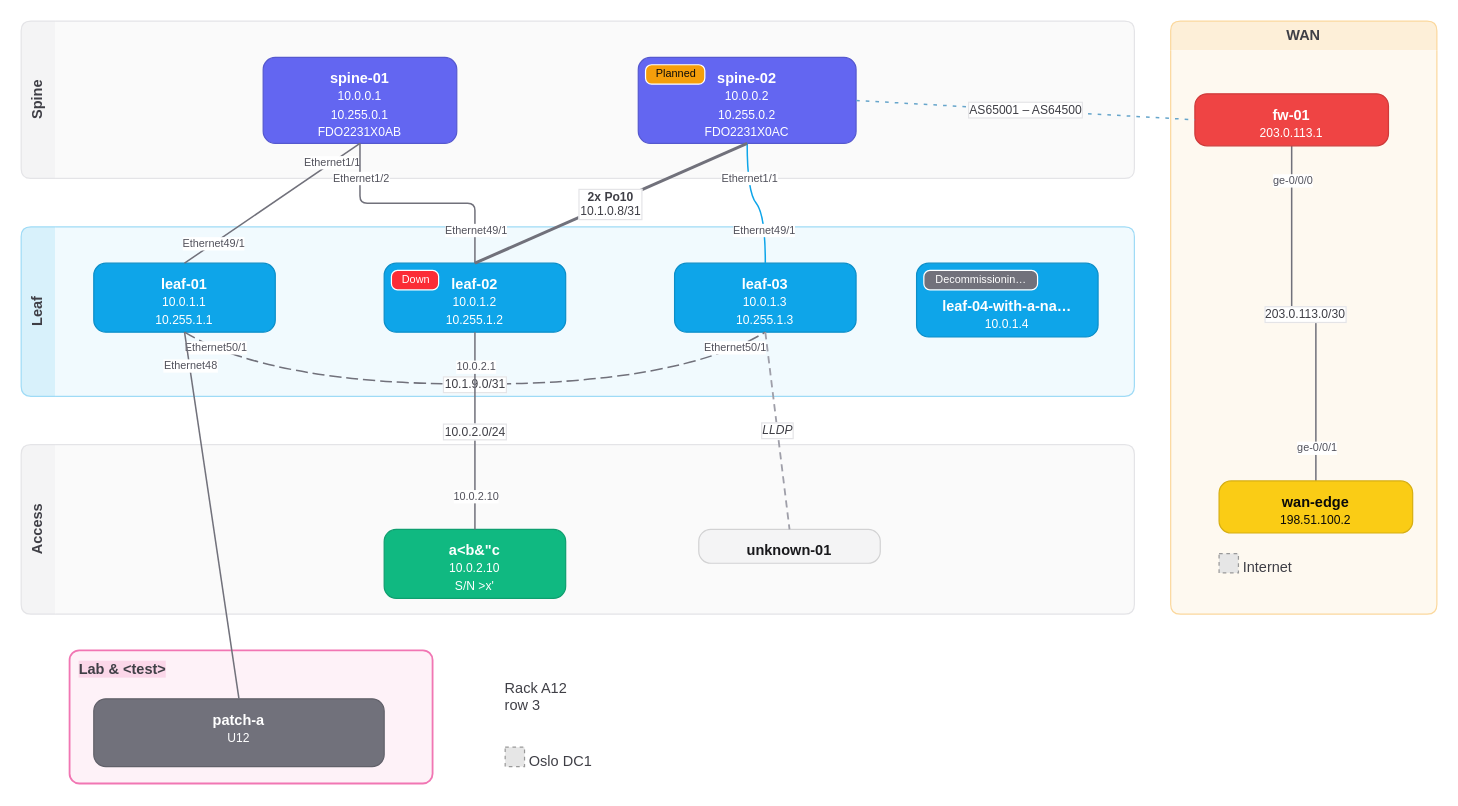
This is frontend/src/lib/diagram/__golden__/fabric.drawio from danbyte-net/danbyte, a draw.io file, before an edit. Source tidied: cells renumbered, new cells numbered last; positions are measured from the earlier drawing's top-left corner, leaving out a move shared by most shapes. Both pictures are drawn from the tidied source at 121%, with x=0, y=0 at pixel (21, 21). Pictures stored in the file or linked from it are replaced by grey dashed boxes.
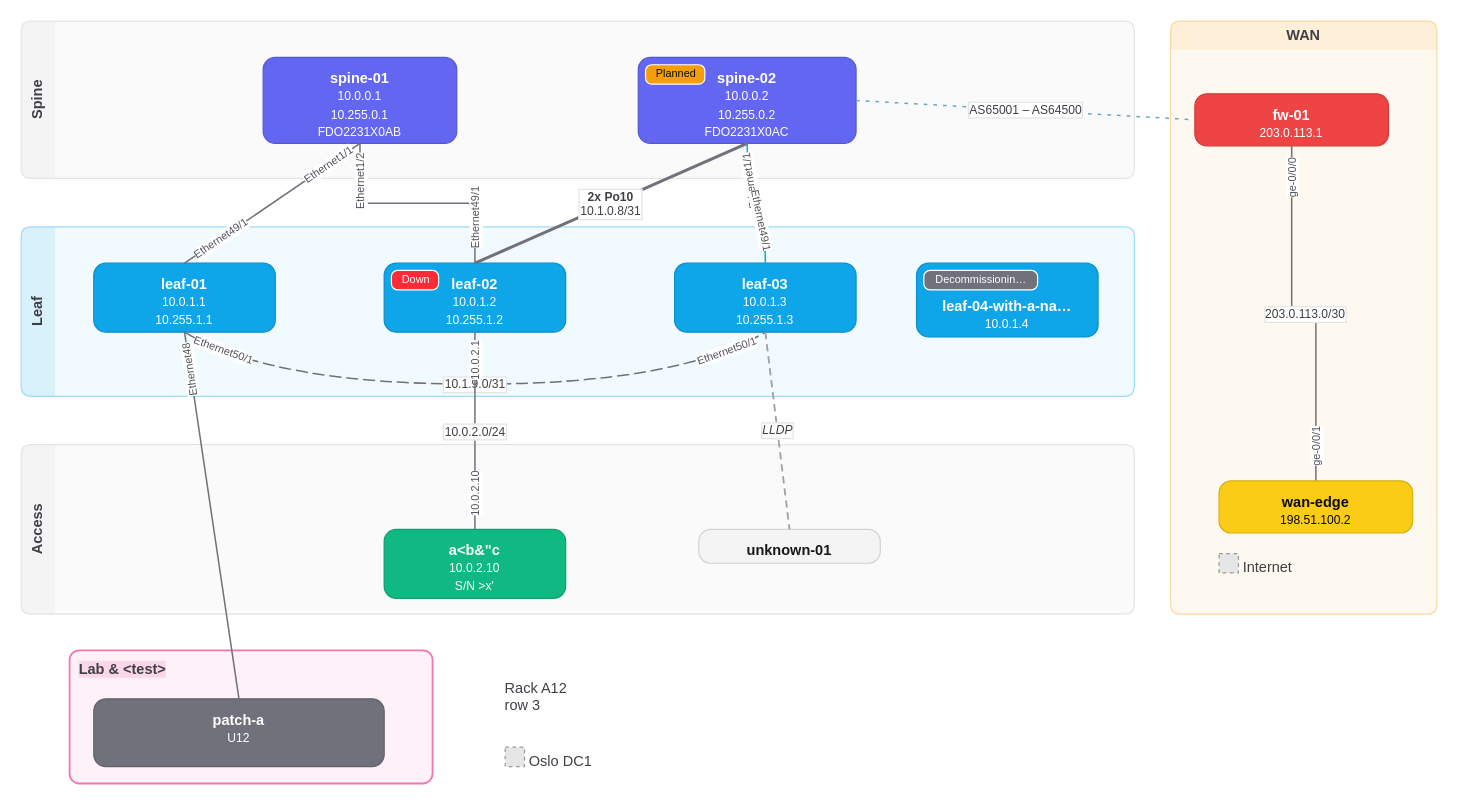
The same page after the edit.

The change refers to these unchanged cells:
```xml
<mxCell id="19" style="edgeStyle=none;rounded=0;html=1;endArrow=none;startArrow=none;strokeColor=#71717b;strokeWidth=1.25;exitX=0.5;exitY=1;exitPerimeter=0;entryX=0.5;entryY=0;entryPerimeter=0;fontFamily=Helvetica;fontSize=10;fontColor=#3f3f46;labelBackgroundColor=#ffffff;labelBorderColor=#e4e4e7;" parent="1" edge="1" source="4" target="8">
  <mxGeometry relative="1" as="geometry" />
</mxCell>
<mxCell id="22" style="edgeStyle=orthogonalEdgeStyle;rounded=1;arcSize=12;html=1;endArrow=none;startArrow=none;strokeColor=#71717b;strokeWidth=1.25;exitX=0.5;exitY=1;exitPerimeter=0;entryX=0.5;entryY=0;entryPerimeter=0;fontFamily=Helvetica;fontSize=10;fontColor=#3f3f46;labelBackgroundColor=#ffffff;labelBorderColor=#e4e4e7;" parent="1" edge="1" source="4" target="9">
  <mxGeometry relative="1" as="geometry">
    <Array as="points">
      <mxPoint x="280" y="150.5" />
      <mxPoint x="375" y="150.5" />
    </Array>
  </mxGeometry>
</mxCell>
<mxCell id="25" style="edgeStyle=none;curved=1;rounded=0;html=1;endArrow=none;startArrow=none;strokeColor=#0ea5e9;strokeWidth=1.25;exitX=0.5;exitY=1;exitPerimeter=0;entryX=0.5;entryY=0;entryPerimeter=0;fontFamily=Helvetica;fontSize=10;fontColor=#3f3f46;labelBackgroundColor=#ffffff;labelBorderColor=#e4e4e7;" parent="1" edge="1" source="5" target="11">
  <mxGeometry relative="1" as="geometry">
    <Array as="points">
      <mxPoint x="600" y="141.1" />
      <mxPoint x="615" y="159.9" />
    </Array>
  </mxGeometry>
</mxCell>
<mxCell id="29" value="10.1.9.0/31" style="edgeStyle=none;curved=1;rounded=0;html=1;endArrow=none;startArrow=none;strokeColor=#71717b;strokeWidth=1.25;dashed=1;fixDash=1;dashPattern=10 4;exitX=0.5;exitY=1;exitPerimeter=0;entryX=0.5;entryY=1;entryPerimeter=0;fontFamily=Helvetica;fontSize=10;fontColor=#3f3f46;labelBackgroundColor=#ffffff;labelBorderColor=#e4e4e7;" parent="1" edge="1" source="8" target="11">
  <mxGeometry relative="1" as="geometry">
    <Array as="points">
      <mxPoint x="207" y="300" />
      <mxPoint x="543" y="300" />
    </Array>
  </mxGeometry>
</mxCell>
<mxCell id="32" value="10.0.2.0/24" style="edgeStyle=none;rounded=0;html=1;endArrow=none;startArrow=none;strokeColor=#71717b;strokeWidth=1.25;exitX=0.5;exitY=1;exitPerimeter=0;entryX=0.5;entryY=0;entryPerimeter=0;fontFamily=Helvetica;fontSize=10;fontColor=#3f3f46;labelBackgroundColor=#ffffff;labelBorderColor=#e4e4e7;" parent="1" edge="1" source="9" target="15">
  <mxGeometry relative="1" as="geometry" />
</mxCell>
<mxCell id="35" value="203.0.113.0/30" style="edgeStyle=orthogonalEdgeStyle;rounded=1;arcSize=12;html=1;endArrow=none;startArrow=none;strokeColor=#71717b;strokeWidth=1.25;exitX=0.5;exitY=1;exitPerimeter=0;entryX=0.5;entryY=0;entryPerimeter=0;fontFamily=Helvetica;fontSize=10;fontColor=#3f3f46;labelBackgroundColor=#ffffff;labelBorderColor=#e4e4e7;" parent="1" edge="1" source="40" target="41">
  <mxGeometry relative="1" as="geometry">
    <Array as="points">
      <mxPoint x="1050" y="241.5" />
      <mxPoint x="1070" y="241.5" />
    </Array>
  </mxGeometry>
</mxCell>
<mxCell id="38" style="edgeStyle=none;rounded=0;html=1;endArrow=none;startArrow=none;strokeColor=#71717b;strokeWidth=1.25;exitX=0.5;exitY=0;exitPerimeter=0;entryX=0.5;entryY=1;entryPerimeter=0;fontFamily=Helvetica;fontSize=10;fontColor=#3f3f46;labelBackgroundColor=#ffffff;labelBorderColor=#e4e4e7;" parent="1" edge="1" source="18" target="8">
  <mxGeometry relative="1" as="geometry" />
</mxCell>
```

The edit, as a diff of the source:
```diff
@@
-    <mxCell id="20" value="Ethernet1/1" style="edgeLabel;html=1;align=center;verticalAlign=middle;fontFamily=Helvetica;fontSize=9;fontColor=#52525c;labelBackgroundColor=#ffffff;" parent="19" vertex="1">
-      <mxGeometry x="-0.68" relative="1" as="geometry" />
+    <mxCell id="20" value="Ethernet1/1" style="edgeLabel;html=1;align=center;verticalAlign=middle;fontFamily=Helvetica;fontSize=9;fontColor=#52525c;labelBackgroundColor=#ffffff;rotation=325.68;" parent="19" vertex="1">
+      <mxGeometry x="-0.63" relative="1" as="geometry" />
     </mxCell>
-    <mxCell id="21" value="Ethernet49/1" style="edgeLabel;html=1;align=center;verticalAlign=middle;fontFamily=Helvetica;fontSize=9;fontColor=#52525c;labelBackgroundColor=#ffffff;" parent="19" vertex="1">
-      <mxGeometry x="0.68" relative="1" as="geometry" />
+    <mxCell id="21" value="Ethernet49/1" style="edgeLabel;html=1;align=center;verticalAlign=middle;fontFamily=Helvetica;fontSize=9;fontColor=#52525c;labelBackgroundColor=#ffffff;rotation=325.68;" parent="19" vertex="1">
+      <mxGeometry x="0.59" relative="1" as="geometry" />
     </mxCell>
@@
-    <mxCell id="23" value="Ethernet1/2" style="edgeLabel;html=1;align=center;verticalAlign=middle;fontFamily=Helvetica;fontSize=9;fontColor=#52525c;labelBackgroundColor=#ffffff;" parent="22" vertex="1">
-      <mxGeometry x="-0.71" relative="1" as="geometry" />
+    <mxCell id="23" value="Ethernet1/2" style="edgeLabel;html=1;align=center;verticalAlign=middle;fontFamily=Helvetica;fontSize=9;fontColor=#52525c;labelBackgroundColor=#ffffff;rotation=270;" parent="22" vertex="1">
+      <mxGeometry x="-0.66" relative="1" as="geometry" />
     </mxCell>
-    <mxCell id="24" value="Ethernet49/1" style="edgeLabel;html=1;align=center;verticalAlign=middle;fontFamily=Helvetica;fontSize=9;fontColor=#52525c;labelBackgroundColor=#ffffff;" parent="22" vertex="1">
-      <mxGeometry x="0.71" relative="1" as="geometry" />
+    <mxCell id="24" value="Ethernet49/1" style="edgeLabel;html=1;align=center;verticalAlign=middle;fontFamily=Helvetica;fontSize=9;fontColor=#52525c;labelBackgroundColor=#ffffff;rotation=270;" parent="22" vertex="1">
+      <mxGeometry x="0.63" relative="1" as="geometry" />
     </mxCell>
@@
-    <mxCell id="26" value="Ethernet1/1" style="edgeLabel;html=1;align=center;verticalAlign=middle;fontFamily=Helvetica;fontSize=9;fontColor=#52525c;labelBackgroundColor=#ffffff;" parent="25" vertex="1">
-      <mxGeometry x="-0.46" relative="1" as="geometry">
-        <mxPoint x="1.3" as="offset" />
+    <mxCell id="26" value="Ethernet1/1" style="edgeLabel;html=1;align=center;verticalAlign=middle;fontFamily=Helvetica;fontSize=9;fontColor=#52525c;labelBackgroundColor=#ffffff;rotation=262.21;" parent="25" vertex="1">
+      <mxGeometry x="-0.38" relative="1" as="geometry">
+        <mxPoint x="1.8" y="0.1" as="offset" />
       </mxGeometry>
     </mxCell>
-    <mxCell id="27" value="Ethernet49/1" style="edgeLabel;html=1;align=center;verticalAlign=middle;fontFamily=Helvetica;fontSize=9;fontColor=#52525c;labelBackgroundColor=#ffffff;" parent="25" vertex="1">
-      <mxGeometry x="0.46" relative="1" as="geometry">
-        <mxPoint x="-1.3" y="0.3" as="offset" />
+    <mxCell id="27" value="Ethernet49/1" style="edgeLabel;html=1;align=center;verticalAlign=middle;fontFamily=Helvetica;fontSize=9;fontColor=#52525c;labelBackgroundColor=#ffffff;rotation=78.5;" parent="25" vertex="1">
+      <mxGeometry x="0.31" relative="1" as="geometry">
+        <mxPoint x="-2.5" y="0.3" as="offset" />
       </mxGeometry>
     </mxCell>
@@
-    <mxCell id="30" value="Ethernet50/1" style="edgeLabel;html=1;align=center;verticalAlign=middle;fontFamily=Helvetica;fontSize=9;fontColor=#52525c;labelBackgroundColor=#ffffff;" parent="29" vertex="1">
-      <mxGeometry x="-0.89" relative="1" as="geometry">
-        <mxPoint x="1" y="-1.9" as="offset" />
+    <mxCell id="30" value="Ethernet50/1" style="edgeLabel;html=1;align=center;verticalAlign=middle;fontFamily=Helvetica;fontSize=9;fontColor=#52525c;labelBackgroundColor=#ffffff;rotation=19.86;" parent="29" vertex="1">
+      <mxGeometry x="-0.86" relative="1" as="geometry">
+        <mxPoint x="1.5" y="-3.1" as="offset" />
       </mxGeometry>
     </mxCell>
-    <mxCell id="31" value="Ethernet50/1" style="edgeLabel;html=1;align=center;verticalAlign=middle;fontFamily=Helvetica;fontSize=9;fontColor=#52525c;labelBackgroundColor=#ffffff;" parent="29" vertex="1">
-      <mxGeometry x="0.89" relative="1" as="geometry">
-        <mxPoint x="-1.3" y="-1.8" as="offset" />
+    <mxCell id="31" value="Ethernet50/1" style="edgeLabel;html=1;align=center;verticalAlign=middle;fontFamily=Helvetica;fontSize=9;fontColor=#52525c;labelBackgroundColor=#ffffff;rotation=340.14;" parent="29" vertex="1">
+      <mxGeometry x="0.86" relative="1" as="geometry">
+        <mxPoint x="-1.7" y="-3" as="offset" />
       </mxGeometry>
     </mxCell>
@@
-    <mxCell id="33" value="10.0.2.1" style="edgeLabel;html=1;align=center;verticalAlign=middle;fontFamily=Helvetica;fontSize=9;fontColor=#52525c;labelBackgroundColor=#ffffff;" parent="32" vertex="1">
-      <mxGeometry x="-0.66" relative="1" as="geometry" />
+    <mxCell id="33" value="10.0.2.1" style="edgeLabel;html=1;align=center;verticalAlign=middle;fontFamily=Helvetica;fontSize=9;fontColor=#52525c;labelBackgroundColor=#ffffff;rotation=270;" parent="32" vertex="1">
+      <mxGeometry x="-0.69" relative="1" as="geometry" />
     </mxCell>
-    <mxCell id="34" value="10.0.2.10" style="edgeLabel;html=1;align=center;verticalAlign=middle;fontFamily=Helvetica;fontSize=9;fontColor=#52525c;labelBackgroundColor=#ffffff;" parent="32" vertex="1">
+    <mxCell id="34" value="10.0.2.10" style="edgeLabel;html=1;align=center;verticalAlign=middle;fontFamily=Helvetica;fontSize=9;fontColor=#52525c;labelBackgroundColor=#ffffff;rotation=270;" parent="32" vertex="1">
       <mxGeometry x="0.66" relative="1" as="geometry" />
     </mxCell>
@@
-    <mxCell id="36" value="ge-0/0/0" style="edgeLabel;html=1;align=center;verticalAlign=middle;fontFamily=Helvetica;fontSize=9;fontColor=#52525c;labelBackgroundColor=#ffffff;" parent="35" vertex="1">
+    <mxCell id="36" value="ge-0/0/0" style="edgeLabel;html=1;align=center;verticalAlign=middle;fontFamily=Helvetica;fontSize=9;fontColor=#52525c;labelBackgroundColor=#ffffff;rotation=270;" parent="35" vertex="1">
       <mxGeometry x="-0.81" relative="1" as="geometry" />
     </mxCell>
-    <mxCell id="37" value="ge-0/0/1" style="edgeLabel;html=1;align=center;verticalAlign=middle;fontFamily=Helvetica;fontSize=9;fontColor=#52525c;labelBackgroundColor=#ffffff;" parent="35" vertex="1">
-      <mxGeometry x="0.81" relative="1" as="geometry" />
+    <mxCell id="37" value="ge-0/0/1" style="edgeLabel;html=1;align=center;verticalAlign=middle;fontFamily=Helvetica;fontSize=9;fontColor=#52525c;labelBackgroundColor=#ffffff;rotation=270;" parent="35" vertex="1">
+      <mxGeometry x="0.82" relative="1" as="geometry" />
     </mxCell>
@@
-    <mxCell id="39" value="Ethernet48" style="edgeLabel;html=1;align=center;verticalAlign=middle;fontFamily=Helvetica;fontSize=9;fontColor=#52525c;labelBackgroundColor=#ffffff;" parent="38" vertex="1">
-      <mxGeometry x="0.82" relative="1" as="geometry" />
+    <mxCell id="39" value="Ethernet48" style="edgeLabel;html=1;align=center;verticalAlign=middle;fontFamily=Helvetica;fontSize=9;fontColor=#52525c;labelBackgroundColor=#ffffff;rotation=261.55;" parent="38" vertex="1">
+      <mxGeometry x="0.79" relative="1" as="geometry" />
     </mxCell>
```
